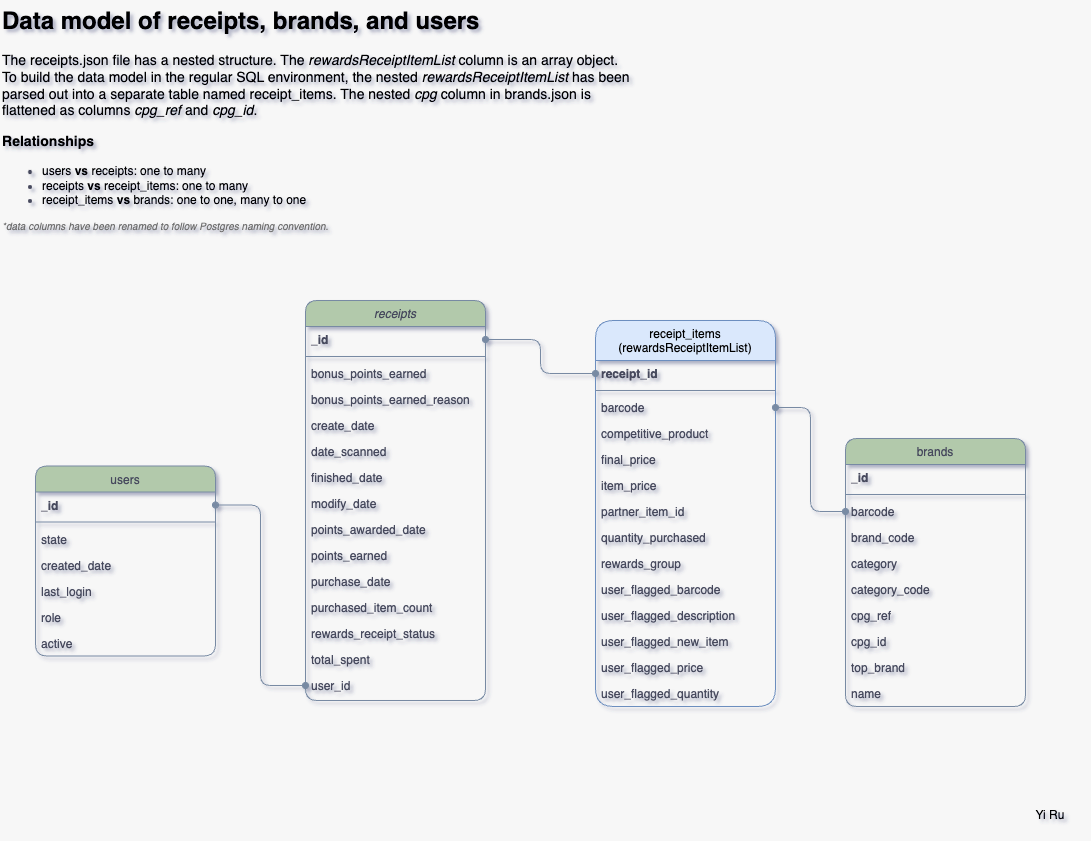
Before: data_ER_diagram.drawio.png, a diagram exported from draw.io (Lewesyru/fetch_challenge). Source tidied: cells renumbered, new cells last; positions are measured from the earlier drawing's top-left corner, leaving out a move shared by most shapes.
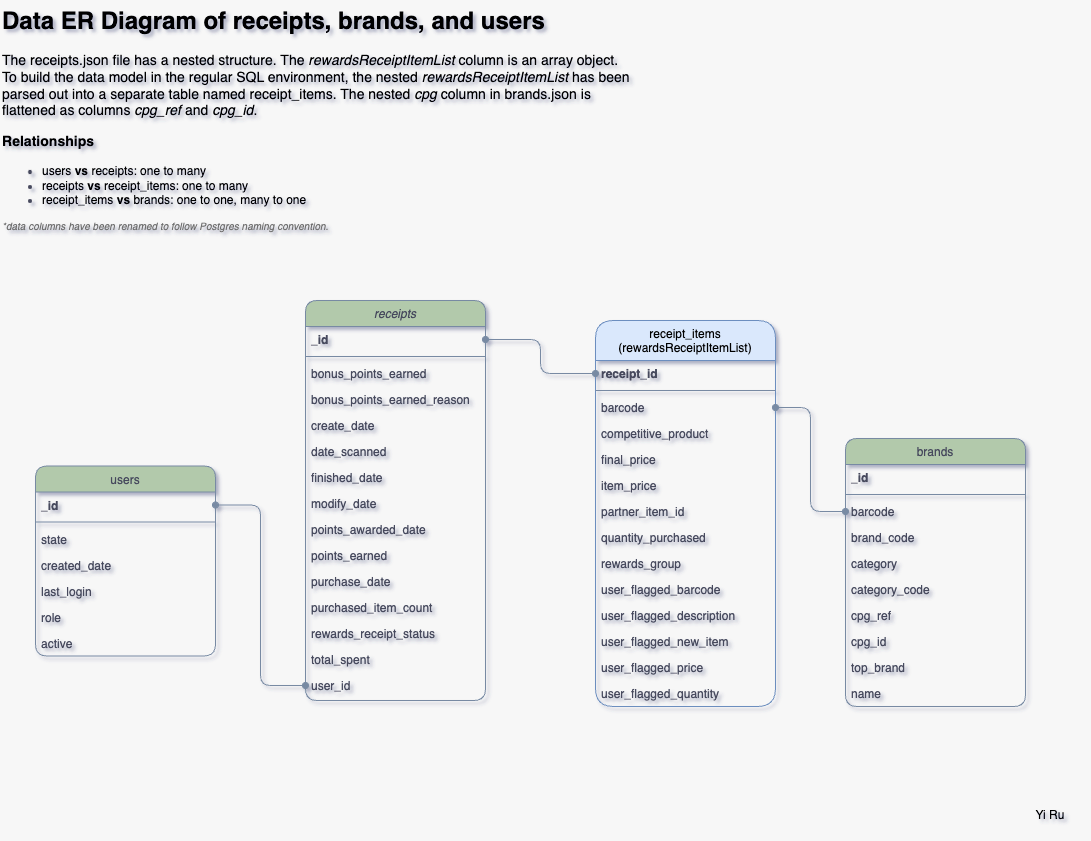
After the commit.

Change to the diagram source:
```diff
@@ -161,7 +161,7 @@
     <mxCell id="54" style="edgeStyle=orthogonalEdgeStyle;rounded=1;jettySize=auto;html=1;strokeColor=#788AA3;fontColor=#46495D;fillColor=#B2C9AB;curved=0;endArrow=oval;endFill=1;startArrow=oval;startFill=1;" parent="1" edge="1" source="40" target="21">
       <mxGeometry relative="1" as="geometry" />
     </mxCell>
-    <mxCell id="55" value="&lt;h1 style=&quot;margin-top: 0px;&quot;&gt;&lt;font style=&quot;color: rgb(0, 0, 0);&quot;&gt;Data model of receipts, brands, and users&lt;/font&gt;&lt;/h1&gt;&lt;h3&gt;&lt;font style=&quot;font-size: 14px;&quot;&gt;&lt;font color=&quot;#000000&quot;&gt;&lt;span style=&quot;font-weight: normal;&quot;&gt;The receipts.json file has a nested structure. The&amp;nbsp;&lt;/span&gt;&lt;/font&gt;&lt;i style=&quot;color: light-dark(rgb(0, 0, 0), rgb(237, 237, 237)); background-color: transparent; font-weight: normal;&quot;&gt;rewardsReceiptItemList&lt;/i&gt;&lt;span style=&quot;color: light-dark(rgb(0, 0, 0), rgb(237, 237, 237)); background-color: transparent; font-weight: normal;&quot;&gt;&amp;nbsp;column is an array object. To build the data model in the regular SQL environment, the nested &lt;/span&gt;&lt;i style=&quot;color: light-dark(rgb(0, 0, 0), rgb(237, 237, 237)); background-color: transparent; font-weight: normal;&quot;&gt;rewardsReceiptItemList&lt;/i&gt;&lt;span style=&quot;color: light-dark(rgb(0, 0, 0), rgb(237, 237, 237)); background-color: transparent; font-weight: normal;&quot;&gt;&amp;nbsp;has been parsed out into a separate table named receipt_items. The nested &lt;i&gt;cpg&lt;/i&gt; column in brands.json is flattened as columns &lt;i&gt;cpg_ref&lt;/i&gt; and &lt;i&gt;cpg_id&lt;/i&gt;.&lt;/span&gt;&lt;/font&gt;&lt;/h3&gt;&lt;h3&gt;&lt;strong&gt;&lt;font style=&quot;color: rgb(0, 0, 0);&quot;&gt;Relationships&lt;/font&gt;&lt;/strong&gt;&lt;/h3&gt;&lt;ul&gt;&lt;li&gt;&lt;span&gt;&lt;font style=&quot;color: rgb(0, 0, 0);&quot;&gt;users &lt;b&gt;vs&lt;/b&gt; receipts: one to many&lt;/font&gt;&lt;/span&gt;&lt;/li&gt;&lt;li&gt;&lt;span&gt;&lt;font style=&quot;color: rgb(0, 0, 0);&quot;&gt;receipts &lt;b&gt;vs&lt;/b&gt; receipt_items: one to many&lt;/font&gt;&lt;/span&gt;&lt;/li&gt;&lt;li&gt;&lt;span&gt;&lt;font style=&quot;color: rgb(0, 0, 0);&quot;&gt;receipt_items &lt;b&gt;vs&lt;/b&gt;&amp;nbsp;brands: one to one, many to one&lt;/font&gt;&lt;/span&gt;&lt;/li&gt;&lt;/ul&gt;&lt;div&gt;&lt;i&gt;&lt;font style=&quot;color: rgb(112, 112, 112); font-size: 10px;&quot;&gt;*data columns have been renamed to follow Postgres naming convention.&amp;nbsp;&lt;/font&gt;&lt;/i&gt;&lt;/div&gt;" style="text;html=1;whiteSpace=wrap;overflow=hidden;rounded=0;fontColor=#46495D;" parent="1" vertex="1">
+    <mxCell id="55" value="&lt;h1 style=&quot;margin-top: 0px;&quot;&gt;&lt;font style=&quot;color: rgb(0, 0, 0);&quot;&gt;Data ER Diagram of receipts, brands, and users&lt;/font&gt;&lt;/h1&gt;&lt;h3&gt;&lt;font style=&quot;font-size: 14px;&quot;&gt;&lt;font color=&quot;#000000&quot;&gt;&lt;span style=&quot;font-weight: normal;&quot;&gt;The receipts.json file has a nested structure. The&amp;nbsp;&lt;/span&gt;&lt;/font&gt;&lt;i style=&quot;color: light-dark(rgb(0, 0, 0), rgb(237, 237, 237)); background-color: transparent; font-weight: normal;&quot;&gt;rewardsReceiptItemList&lt;/i&gt;&lt;span style=&quot;color: light-dark(rgb(0, 0, 0), rgb(237, 237, 237)); background-color: transparent; font-weight: normal;&quot;&gt;&amp;nbsp;column is an array object. To build the data model in the regular SQL environment, the nested &lt;/span&gt;&lt;i style=&quot;color: light-dark(rgb(0, 0, 0), rgb(237, 237, 237)); background-color: transparent; font-weight: normal;&quot;&gt;rewardsReceiptItemList&lt;/i&gt;&lt;span style=&quot;color: light-dark(rgb(0, 0, 0), rgb(237, 237, 237)); background-color: transparent; font-weight: normal;&quot;&gt;&amp;nbsp;has been parsed out into a separate table named receipt_items. The nested &lt;i&gt;cpg&lt;/i&gt; column in brands.json is flattened as columns &lt;i&gt;cpg_ref&lt;/i&gt; and &lt;i&gt;cpg_id&lt;/i&gt;.&lt;/span&gt;&lt;/font&gt;&lt;/h3&gt;&lt;h3&gt;&lt;strong&gt;&lt;font style=&quot;color: rgb(0, 0, 0);&quot;&gt;Relationships&lt;/font&gt;&lt;/strong&gt;&lt;/h3&gt;&lt;ul&gt;&lt;li&gt;&lt;span&gt;&lt;font style=&quot;color: rgb(0, 0, 0);&quot;&gt;users &lt;b&gt;vs&lt;/b&gt; receipts: one to many&lt;/font&gt;&lt;/span&gt;&lt;/li&gt;&lt;li&gt;&lt;span&gt;&lt;font style=&quot;color: rgb(0, 0, 0);&quot;&gt;receipts &lt;b&gt;vs&lt;/b&gt; receipt_items: one to many&lt;/font&gt;&lt;/span&gt;&lt;/li&gt;&lt;li&gt;&lt;span&gt;&lt;font style=&quot;color: rgb(0, 0, 0);&quot;&gt;receipt_items &lt;b&gt;vs&lt;/b&gt;&amp;nbsp;brands: one to one, many to one&lt;/font&gt;&lt;/span&gt;&lt;/li&gt;&lt;/ul&gt;&lt;div&gt;&lt;i&gt;&lt;font style=&quot;color: rgb(112, 112, 112); font-size: 10px;&quot;&gt;*data columns have been renamed to follow Postgres naming convention.&amp;nbsp;&lt;/font&gt;&lt;/i&gt;&lt;/div&gt;" style="text;html=1;whiteSpace=wrap;overflow=hidden;rounded=0;fontColor=#46495D;" parent="1" vertex="1">
       <mxGeometry width="630" height="290" as="geometry" />
     </mxCell>
     <mxCell id="56" value="Yi Ru" style="text;html=1;align=center;verticalAlign=middle;whiteSpace=wrap;rounded=0;" parent="1" vertex="1">
```
